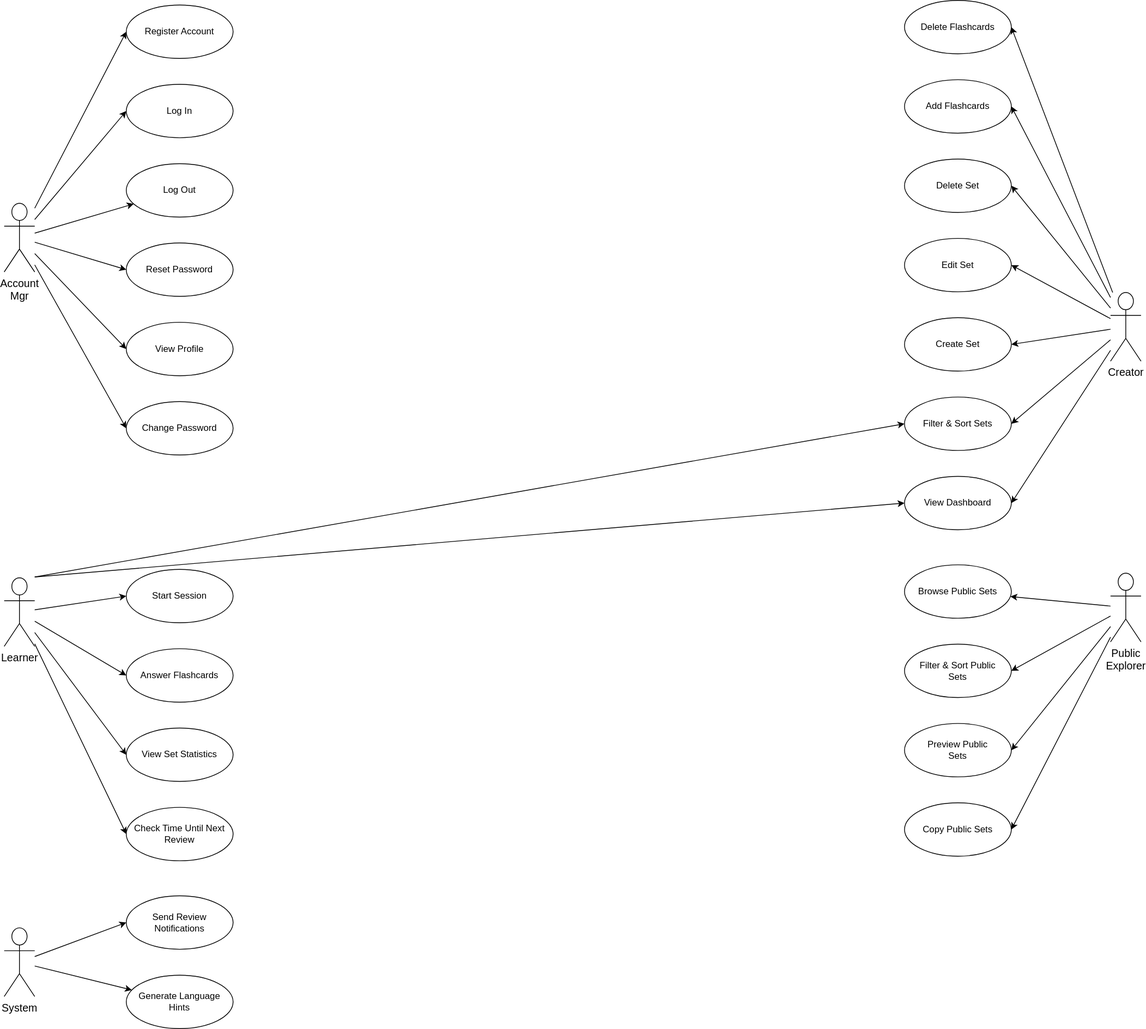
Earlier version of the draw.io export docs/img/use-case-diagram.svg (dgucik/Flashcard-SRS). Source tidied: cells renumbered, new cells last; positions are measured from the earlier drawing's top-left corner, leaving out a move shared by most shapes. Its diagram source:
```xml
<mxGraphModel>
  <root>
    <mxCell id="0" />
    <mxCell id="1" parent="0" />
    <mxCell id="2" style="rounded=0;jettySize=auto;html=1;entryX=0;entryY=0.5;entryDx=0;entryDy=0;" parent="1" edge="1" source="8" target="9">
      <mxGeometry relative="1" as="geometry" />
    </mxCell>
    <mxCell id="3" style="rounded=0;jettySize=auto;html=1;entryX=0;entryY=0.5;entryDx=0;entryDy=0;" parent="1" edge="1" source="8" target="10">
      <mxGeometry relative="1" as="geometry" />
    </mxCell>
    <mxCell id="4" style="rounded=0;jettySize=auto;html=1;" parent="1" edge="1" source="8" target="11">
      <mxGeometry relative="1" as="geometry" />
    </mxCell>
    <mxCell id="5" style="rounded=0;jettySize=auto;html=1;entryX=0;entryY=0.5;entryDx=0;entryDy=0;" parent="1" edge="1" source="8" target="12">
      <mxGeometry relative="1" as="geometry" />
    </mxCell>
    <mxCell id="6" style="rounded=0;jettySize=auto;html=1;entryX=0;entryY=0.5;entryDx=0;entryDy=0;" parent="1" edge="1" source="8" target="13">
      <mxGeometry relative="1" as="geometry" />
    </mxCell>
    <mxCell id="7" style="rounded=0;jettySize=auto;html=1;entryX=0;entryY=0.5;entryDx=0;entryDy=0;" parent="1" edge="1" source="8" target="14">
      <mxGeometry relative="1" as="geometry" />
    </mxCell>
    <mxCell id="8" value="Account&lt;br&gt;Mgr" style="shape=umlActor;verticalLabelPosition=bottom;verticalAlign=top;html=1;fontSize=14;" parent="1" vertex="1">
      <mxGeometry y="266" width="40" height="90" as="geometry" />
    </mxCell>
    <mxCell id="9" value="Register Account" style="ellipse;whiteSpace=wrap;html=1;" parent="1" vertex="1">
      <mxGeometry x="160" y="6" width="140" height="70" as="geometry" />
    </mxCell>
    <mxCell id="10" value="Log In" style="ellipse;whiteSpace=wrap;html=1;" parent="1" vertex="1">
      <mxGeometry x="160" y="110" width="140" height="70" as="geometry" />
    </mxCell>
    <mxCell id="11" value="Log Out" style="ellipse;whiteSpace=wrap;html=1;" parent="1" vertex="1">
      <mxGeometry x="160" y="214" width="140" height="70" as="geometry" />
    </mxCell>
    <mxCell id="12" value="Reset Password" style="ellipse;whiteSpace=wrap;html=1;" parent="1" vertex="1">
      <mxGeometry x="160" y="318" width="140" height="70" as="geometry" />
    </mxCell>
    <mxCell id="13" value="View Profile" style="ellipse;whiteSpace=wrap;html=1;" parent="1" vertex="1">
      <mxGeometry x="160" y="422" width="140" height="70" as="geometry" />
    </mxCell>
    <mxCell id="14" value="Change Password" style="ellipse;whiteSpace=wrap;html=1;" parent="1" vertex="1">
      <mxGeometry x="160" y="526" width="140" height="70" as="geometry" />
    </mxCell>
    <mxCell id="15" style="rounded=0;jettySize=auto;html=1;entryX=1;entryY=0.5;entryDx=0;entryDy=0;" parent="1" edge="1" source="22" target="24">
      <mxGeometry relative="1" as="geometry" />
    </mxCell>
    <mxCell id="16" style="rounded=0;jettySize=auto;html=1;entryX=1;entryY=0.5;entryDx=0;entryDy=0;" parent="1" edge="1" source="22" target="25">
      <mxGeometry relative="1" as="geometry" />
    </mxCell>
    <mxCell id="17" style="rounded=0;jettySize=auto;html=1;entryX=1;entryY=0.5;entryDx=0;entryDy=0;" parent="1" edge="1" source="22" target="26">
      <mxGeometry relative="1" as="geometry" />
    </mxCell>
    <mxCell id="18" style="rounded=0;jettySize=auto;html=1;entryX=1;entryY=0.5;entryDx=0;entryDy=0;" parent="1" edge="1" source="22" target="27">
      <mxGeometry relative="1" as="geometry" />
    </mxCell>
    <mxCell id="19" style="rounded=0;jettySize=auto;html=1;entryX=1;entryY=0.5;entryDx=0;entryDy=0;" parent="1" edge="1" source="22" target="28">
      <mxGeometry relative="1" as="geometry" />
    </mxCell>
    <mxCell id="20" style="rounded=0;jettySize=auto;html=1;entryX=1;entryY=0.5;entryDx=0;entryDy=0;" parent="1" edge="1" source="22" target="29">
      <mxGeometry relative="1" as="geometry" />
    </mxCell>
    <mxCell id="21" style="rounded=0;jettySize=auto;html=1;entryX=1;entryY=0.5;entryDx=0;entryDy=0;" parent="1" edge="1" source="22" target="23">
      <mxGeometry relative="1" as="geometry" />
    </mxCell>
    <mxCell id="22" value="Creator" style="shape=umlActor;verticalLabelPosition=bottom;verticalAlign=top;html=1;fontSize=14;" parent="1" vertex="1">
      <mxGeometry x="1450" y="383" width="40" height="90" as="geometry" />
    </mxCell>
    <mxCell id="23" value="Delete Flashcards" style="ellipse;whiteSpace=wrap;html=1;" parent="1" vertex="1">
      <mxGeometry x="1180" width="140" height="70" as="geometry" />
    </mxCell>
    <mxCell id="24" value="Add Flashcards" style="ellipse;whiteSpace=wrap;html=1;" parent="1" vertex="1">
      <mxGeometry x="1180" y="104" width="140" height="70" as="geometry" />
    </mxCell>
    <mxCell id="25" value="Delete Set" style="ellipse;whiteSpace=wrap;html=1;" parent="1" vertex="1">
      <mxGeometry x="1180" y="208" width="140" height="70" as="geometry" />
    </mxCell>
    <mxCell id="26" value="Edit Set" style="ellipse;whiteSpace=wrap;html=1;" parent="1" vertex="1">
      <mxGeometry x="1180" y="312" width="140" height="70" as="geometry" />
    </mxCell>
    <mxCell id="27" value="Create Set" style="ellipse;whiteSpace=wrap;html=1;" parent="1" vertex="1">
      <mxGeometry x="1180" y="416" width="140" height="70" as="geometry" />
    </mxCell>
    <mxCell id="28" value="Filter &amp;amp; Sort Sets" style="ellipse;whiteSpace=wrap;html=1;" parent="1" vertex="1">
      <mxGeometry x="1180" y="520" width="140" height="70" as="geometry" />
    </mxCell>
    <mxCell id="29" value="View Dashboard" style="ellipse;whiteSpace=wrap;html=1;" parent="1" vertex="1">
      <mxGeometry x="1180" y="624" width="140" height="70" as="geometry" />
    </mxCell>
    <mxCell id="30" style="rounded=0;jettySize=auto;html=1;entryX=0;entryY=0.5;entryDx=0;entryDy=0;" parent="1" edge="1" source="36" target="37">
      <mxGeometry relative="1" as="geometry" />
    </mxCell>
    <mxCell id="31" style="rounded=0;jettySize=auto;html=1;entryX=0;entryY=0.5;entryDx=0;entryDy=0;" parent="1" edge="1" source="36" target="38">
      <mxGeometry relative="1" as="geometry" />
    </mxCell>
    <mxCell id="32" style="rounded=0;jettySize=auto;html=1;entryX=0;entryY=0.5;entryDx=0;entryDy=0;" parent="1" edge="1" source="36" target="39">
      <mxGeometry relative="1" as="geometry" />
    </mxCell>
    <mxCell id="33" style="rounded=0;jettySize=auto;html=1;entryX=0;entryY=0.5;entryDx=0;entryDy=0;" parent="1" edge="1" source="36" target="40">
      <mxGeometry relative="1" as="geometry" />
    </mxCell>
    <mxCell id="34" style="rounded=0;jettySize=auto;html=1;entryX=0;entryY=0.5;entryDx=0;entryDy=0;" parent="1" edge="1" target="28">
      <mxGeometry relative="1" as="geometry">
        <mxPoint x="40" y="756" as="sourcePoint" />
      </mxGeometry>
    </mxCell>
    <mxCell id="35" style="rounded=0;jettySize=auto;html=1;entryX=0;entryY=0.5;entryDx=0;entryDy=0;" parent="1" edge="1" target="29">
      <mxGeometry relative="1" as="geometry">
        <mxPoint x="40" y="756" as="sourcePoint" />
      </mxGeometry>
    </mxCell>
    <mxCell id="36" value="Learner" style="shape=umlActor;verticalLabelPosition=bottom;verticalAlign=top;html=1;fontSize=14;" parent="1" vertex="1">
      <mxGeometry y="757" width="40" height="90" as="geometry" />
    </mxCell>
    <mxCell id="37" value="Start Session" style="ellipse;whiteSpace=wrap;html=1;" parent="1" vertex="1">
      <mxGeometry x="160" y="746" width="140" height="70" as="geometry" />
    </mxCell>
    <mxCell id="38" value="Answer Flashcards" style="ellipse;whiteSpace=wrap;html=1;" parent="1" vertex="1">
      <mxGeometry x="160" y="850" width="140" height="70" as="geometry" />
    </mxCell>
    <mxCell id="39" value="View Set Statistics" style="ellipse;whiteSpace=wrap;html=1;" parent="1" vertex="1">
      <mxGeometry x="160" y="954" width="140" height="70" as="geometry" />
    </mxCell>
    <mxCell id="40" value="Check Time Until Next&lt;br&gt;Review" style="ellipse;whiteSpace=wrap;html=1;" parent="1" vertex="1">
      <mxGeometry x="160" y="1058" width="140" height="70" as="geometry" />
    </mxCell>
    <mxCell id="41" value="Browse Public Sets" style="ellipse;whiteSpace=wrap;html=1;" parent="1" vertex="1">
      <mxGeometry x="1180" y="740" width="140" height="70" as="geometry" />
    </mxCell>
    <mxCell id="42" value="Filter &amp;amp; Sort Public&lt;br&gt;Sets" style="ellipse;whiteSpace=wrap;html=1;" parent="1" vertex="1">
      <mxGeometry x="1180" y="844" width="140" height="70" as="geometry" />
    </mxCell>
    <mxCell id="43" value="Preview Public&lt;br&gt;Sets" style="ellipse;whiteSpace=wrap;html=1;" parent="1" vertex="1">
      <mxGeometry x="1180" y="948" width="140" height="70" as="geometry" />
    </mxCell>
    <mxCell id="44" value="Copy Public Sets" style="ellipse;whiteSpace=wrap;html=1;" parent="1" vertex="1">
      <mxGeometry x="1180" y="1052" width="140" height="70" as="geometry" />
    </mxCell>
    <mxCell id="45" style="rounded=0;jettySize=auto;html=1;" parent="1" edge="1" source="49" target="41">
      <mxGeometry relative="1" as="geometry" />
    </mxCell>
    <mxCell id="46" style="rounded=0;jettySize=auto;html=1;entryX=1;entryY=0.5;entryDx=0;entryDy=0;" parent="1" edge="1" source="49" target="42">
      <mxGeometry relative="1" as="geometry" />
    </mxCell>
    <mxCell id="47" style="rounded=0;jettySize=auto;html=1;entryX=1;entryY=0.5;entryDx=0;entryDy=0;" parent="1" edge="1" source="49" target="43">
      <mxGeometry relative="1" as="geometry" />
    </mxCell>
    <mxCell id="48" style="rounded=0;jettySize=auto;html=1;entryX=1;entryY=0.5;entryDx=0;entryDy=0;" parent="1" edge="1" source="49" target="44">
      <mxGeometry relative="1" as="geometry" />
    </mxCell>
    <mxCell id="49" value="&lt;div&gt;Public&lt;br&gt;Explorer&lt;/div&gt;&lt;div&gt;&lt;br&gt;&lt;/div&gt;" style="shape=umlActor;verticalLabelPosition=bottom;verticalAlign=top;html=1;fontSize=14;" parent="1" vertex="1">
      <mxGeometry x="1450" y="751" width="40" height="90" as="geometry" />
    </mxCell>
    <mxCell id="50" style="rounded=0;jettySize=auto;html=1;entryX=0;entryY=0.5;entryDx=0;entryDy=0;" parent="1" edge="1" source="52" target="53">
      <mxGeometry relative="1" as="geometry" />
    </mxCell>
    <mxCell id="51" style="rounded=0;jettySize=auto;html=1;" parent="1" edge="1" source="52" target="54">
      <mxGeometry relative="1" as="geometry" />
    </mxCell>
    <mxCell id="52" value="System" style="shape=umlActor;verticalLabelPosition=bottom;verticalAlign=top;html=1;fontSize=14;" parent="1" vertex="1">
      <mxGeometry y="1216" width="40" height="90" as="geometry" />
    </mxCell>
    <mxCell id="53" value="Send Review Notifications" style="ellipse;whiteSpace=wrap;html=1;" parent="1" vertex="1">
      <mxGeometry x="160" y="1174" width="140" height="70" as="geometry" />
    </mxCell>
    <mxCell id="54" value="Generate Language&lt;br&gt;Hints" style="ellipse;whiteSpace=wrap;html=1;" parent="1" vertex="1">
      <mxGeometry x="160" y="1278" width="140" height="70" as="geometry" />
    </mxCell>
  </root>
</mxGraphModel>
```
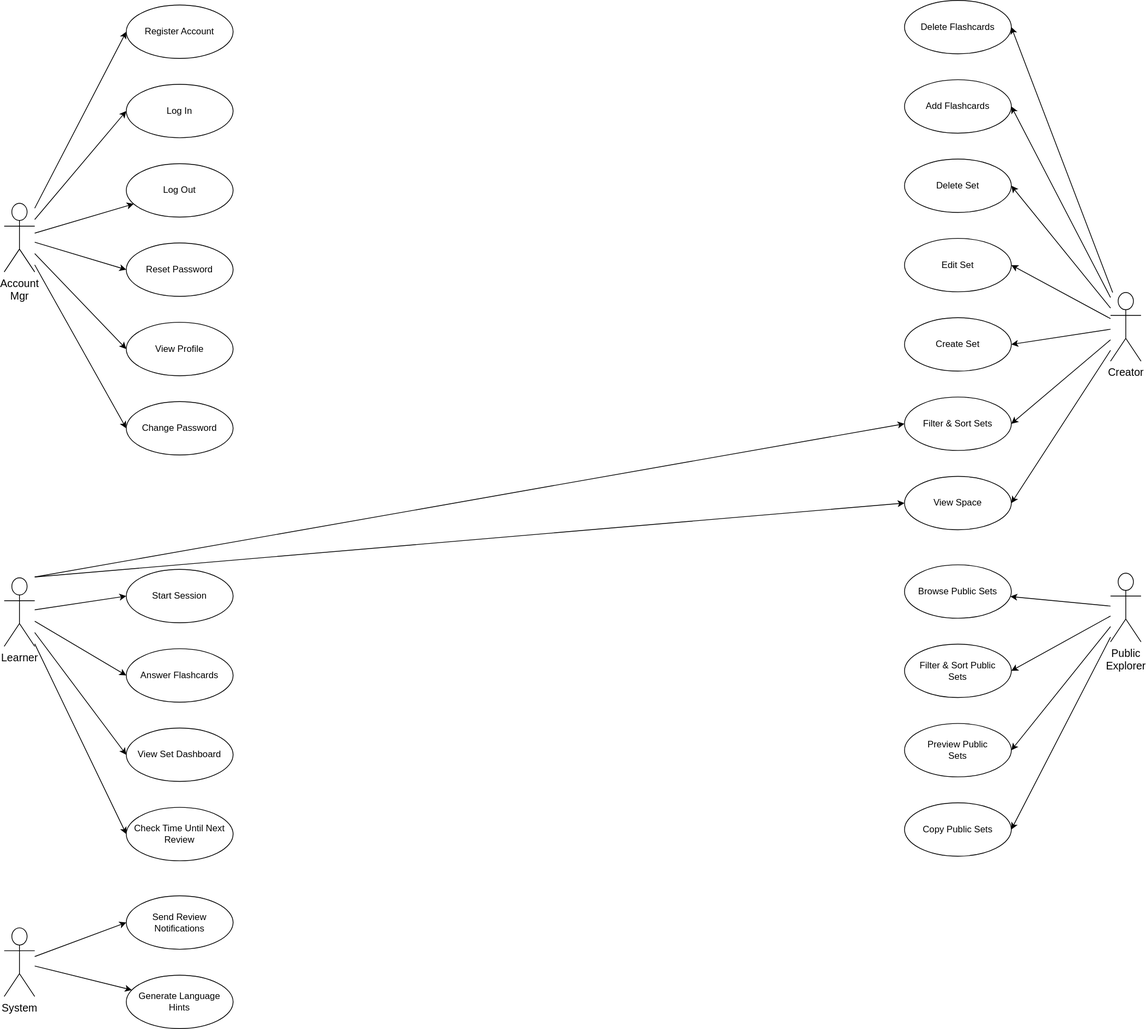
After the commit.

Commit message:
Update terminology used in use case diagram

What changed in the source:
```diff
@@ -83,7 +83,7 @@
     <mxCell id="28" value="Filter &amp;amp; Sort Sets" style="ellipse;whiteSpace=wrap;html=1;" parent="1" vertex="1">
       <mxGeometry x="1180" y="520" width="140" height="70" as="geometry" />
     </mxCell>
-    <mxCell id="29" value="View Dashboard" style="ellipse;whiteSpace=wrap;html=1;" parent="1" vertex="1">
+    <mxCell id="29" value="View Space" style="ellipse;whiteSpace=wrap;html=1;" parent="1" vertex="1">
       <mxGeometry x="1180" y="624" width="140" height="70" as="geometry" />
     </mxCell>
     <mxCell id="30" style="rounded=0;jettySize=auto;html=1;entryX=0;entryY=0.5;entryDx=0;entryDy=0;" parent="1" edge="1" source="36" target="37">
@@ -117,7 +117,7 @@
     <mxCell id="38" value="Answer Flashcards" style="ellipse;whiteSpace=wrap;html=1;" parent="1" vertex="1">
       <mxGeometry x="160" y="850" width="140" height="70" as="geometry" />
     </mxCell>
-    <mxCell id="39" value="View Set Statistics" style="ellipse;whiteSpace=wrap;html=1;" parent="1" vertex="1">
+    <mxCell id="39" value="View Set Dashboard" style="ellipse;whiteSpace=wrap;html=1;" parent="1" vertex="1">
       <mxGeometry x="160" y="954" width="140" height="70" as="geometry" />
     </mxCell>
     <mxCell id="40" value="Check Time Until Next&lt;br&gt;Review" style="ellipse;whiteSpace=wrap;html=1;" parent="1" vertex="1">
```
